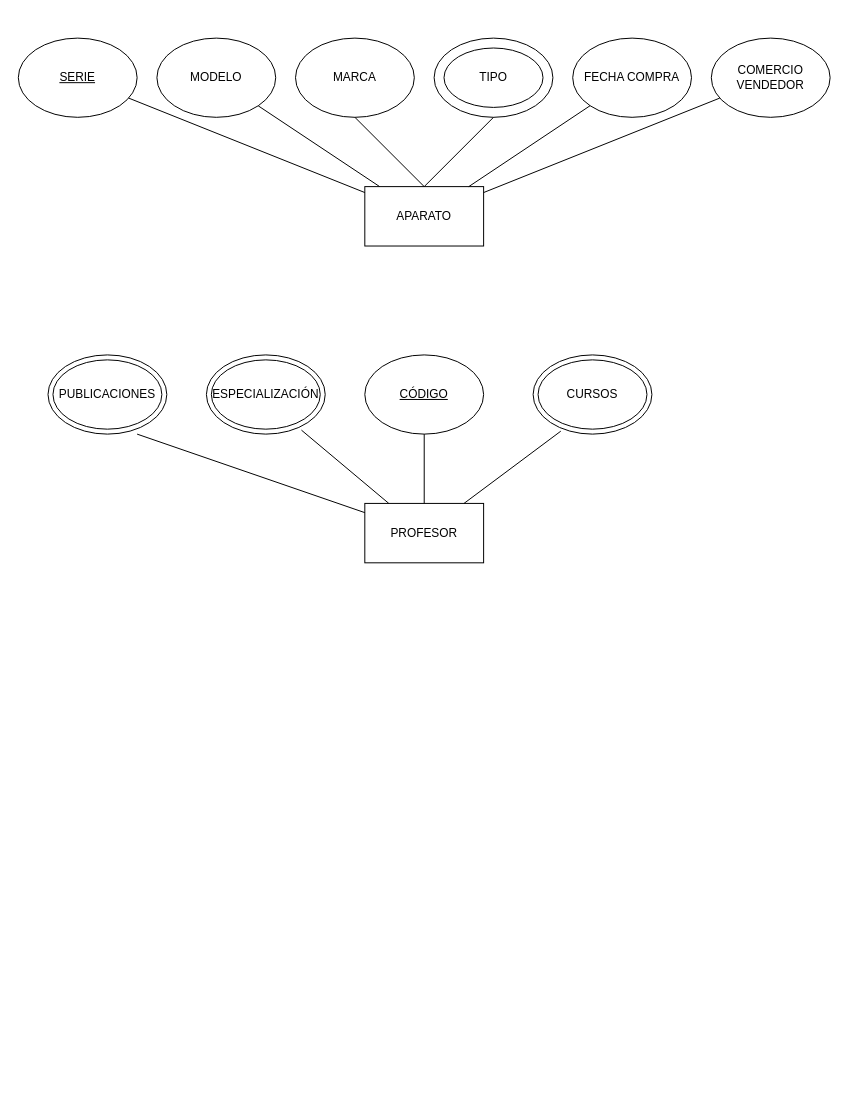
The draw.io diagram Untitled Diagram.drawio in jabemu/Taller-Git, before the edit. Source tidied: cells renumbered, new cells numbered last; positions are measured from the earlier drawing's top-left corner, leaving out a move shared by most shapes. Both pictures are drawn from the tidied source at 99%, with x=0, y=0 at pixel (18, 38).
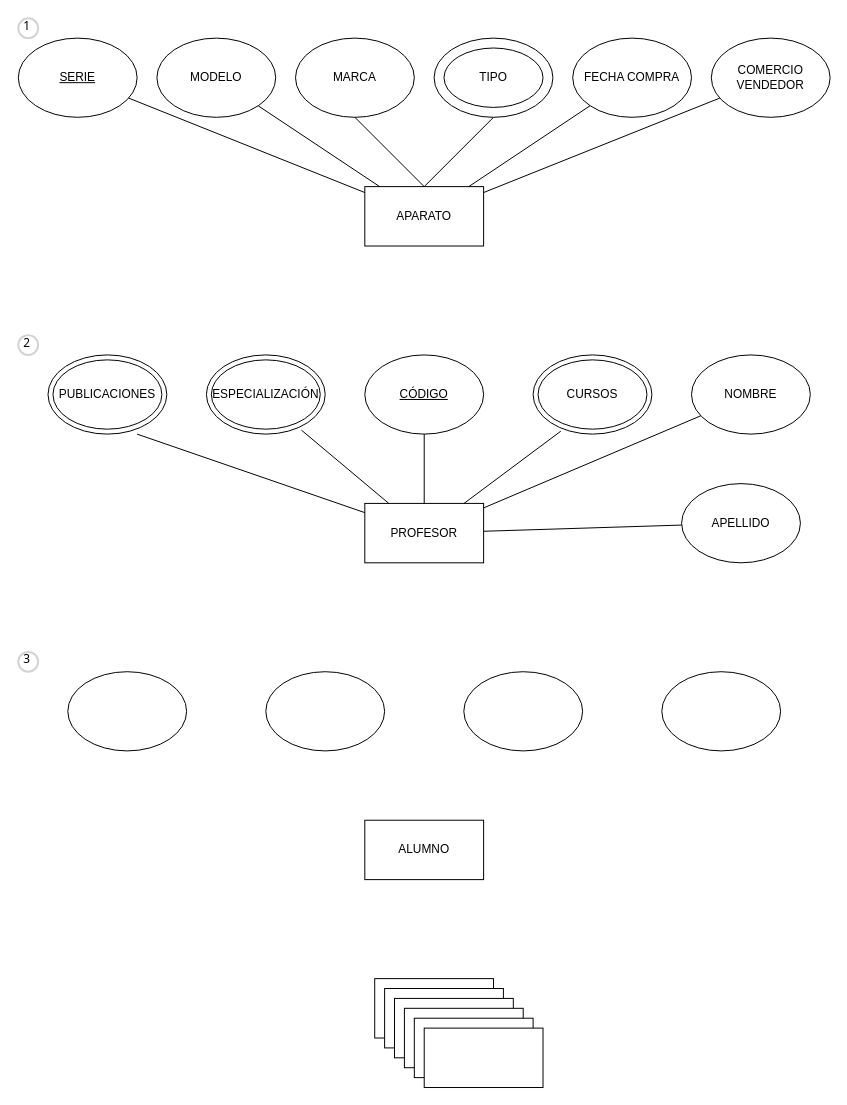
The same page after the edit.

The change refers to these unchanged cells:
```xml
<mxCell id="16" value="PROFESOR" style="rounded=0;whiteSpace=wrap;html=1;" parent="1" vertex="1">
  <mxGeometry x="350" y="470" width="120" height="60" as="geometry" />
</mxCell>
```

The edit, as a diff of the source:
```diff
@@
+    <mxCell id="28" value="NOMBRE" style="ellipse;whiteSpace=wrap;html=1;" parent="1" vertex="1">
+      <mxGeometry x="680" y="320" width="120" height="80" as="geometry" />
+    </mxCell>
+    <mxCell id="29" value="APELLIDO" style="ellipse;whiteSpace=wrap;html=1;" parent="1" vertex="1">
+      <mxGeometry x="670" y="450" width="120" height="80" as="geometry" />
+    </mxCell>
+    <mxCell id="30" style="endArrow=none;html=1;rounded=0;" parent="1" edge="1" source="16" target="28">
+      <mxGeometry relative="1" as="geometry" />
+    </mxCell>
+    <mxCell id="31" style="endArrow=none;html=1;rounded=0;" parent="1" edge="1" source="16" target="29">
+      <mxGeometry relative="1" as="geometry" />
+    </mxCell>
+    <mxCell id="32" value="1" style="ellipse;whiteSpace=wrap;html=1;strokeWidth=2;fontFamily=Tahoma;spacingBottom=4;spacingRight=2;strokeColor=#d3d3d3;" parent="1" vertex="1">
+      <mxGeometry y="-20" width="20" height="20" as="geometry" />
+    </mxCell>
+    <mxCell id="33" value="2" style="ellipse;whiteSpace=wrap;html=1;strokeWidth=2;fontFamily=Tahoma;spacingBottom=4;spacingRight=2;strokeColor=#d3d3d3;" parent="1" vertex="1">
+      <mxGeometry y="300" width="20" height="20" as="geometry" />
+    </mxCell>
+    <mxCell id="34" value="3" style="ellipse;whiteSpace=wrap;html=1;strokeWidth=2;fontFamily=Tahoma;spacingBottom=4;spacingRight=2;strokeColor=#d3d3d3;" parent="1" vertex="1">
+      <mxGeometry y="620" width="20" height="20" as="geometry" />
+    </mxCell>
+    <mxCell id="35" style="rounded=0;whiteSpace=wrap;html=1;" parent="1" vertex="1">
+      <mxGeometry x="360" y="950" width="120" height="60" as="geometry" />
+    </mxCell>
+    <mxCell id="36" style="rounded=0;whiteSpace=wrap;html=1;" parent="1" vertex="1">
+      <mxGeometry x="370" y="960" width="120" height="60" as="geometry" />
+    </mxCell>
+    <mxCell id="37" style="rounded=0;whiteSpace=wrap;html=1;" parent="1" vertex="1">
+      <mxGeometry x="380" y="970" width="120" height="60" as="geometry" />
+    </mxCell>
+    <mxCell id="38" style="rounded=0;whiteSpace=wrap;html=1;" parent="1" vertex="1">
+      <mxGeometry x="390" y="980" width="120" height="60" as="geometry" />
+    </mxCell>
+    <mxCell id="39" style="rounded=0;whiteSpace=wrap;html=1;" parent="1" vertex="1">
+      <mxGeometry x="400" y="990" width="120" height="60" as="geometry" />
+    </mxCell>
+    <mxCell id="40" style="rounded=0;whiteSpace=wrap;html=1;" parent="1" vertex="1">
+      <mxGeometry x="410" y="1000" width="120" height="60" as="geometry" />
+    </mxCell>
+    <mxCell id="41" value="ALUMNO" style="rounded=0;whiteSpace=wrap;html=1;" parent="1" vertex="1">
+      <mxGeometry x="350" y="790" width="120" height="60" as="geometry" />
+    </mxCell>
+    <mxCell id="42" style="ellipse;whiteSpace=wrap;html=1;" parent="1" vertex="1">
+      <mxGeometry x="250" y="640" width="120" height="80" as="geometry" />
+    </mxCell>
+    <mxCell id="43" style="ellipse;whiteSpace=wrap;html=1;" parent="1" vertex="1">
+      <mxGeometry x="650" y="640" width="120" height="80" as="geometry" />
+    </mxCell>
+    <mxCell id="44" style="ellipse;whiteSpace=wrap;html=1;" parent="1" vertex="1">
+      <mxGeometry x="450" y="640" width="120" height="80" as="geometry" />
+    </mxCell>
+    <mxCell id="45" style="ellipse;whiteSpace=wrap;html=1;" parent="1" vertex="1">
+      <mxGeometry x="50" y="640" width="120" height="80" as="geometry" />
+    </mxCell>
```
